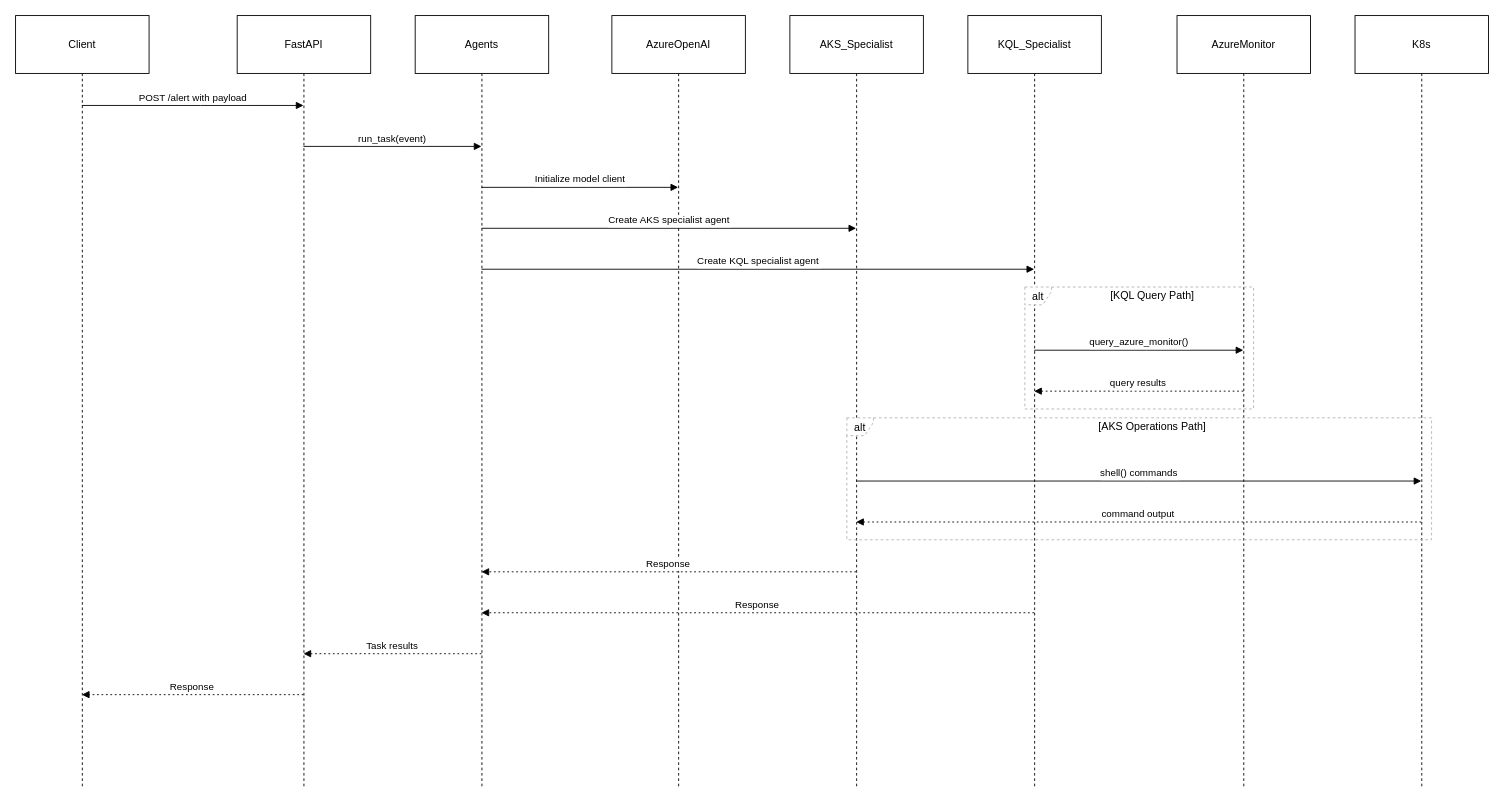
Before: page "mas_sequence_diagram" (2 of 2) of media/architecture.drawio in deividfoggi/agentic-aiops-autogen, a draw.io diagram. Source tidied: cells renumbered, new cells numbered last; positions are measured from the earlier drawing's top-left corner, leaving out a move shared by most shapes. Both pictures are drawn from the tidied source at 89%, with x=0, y=0 at pixel (15, 15).
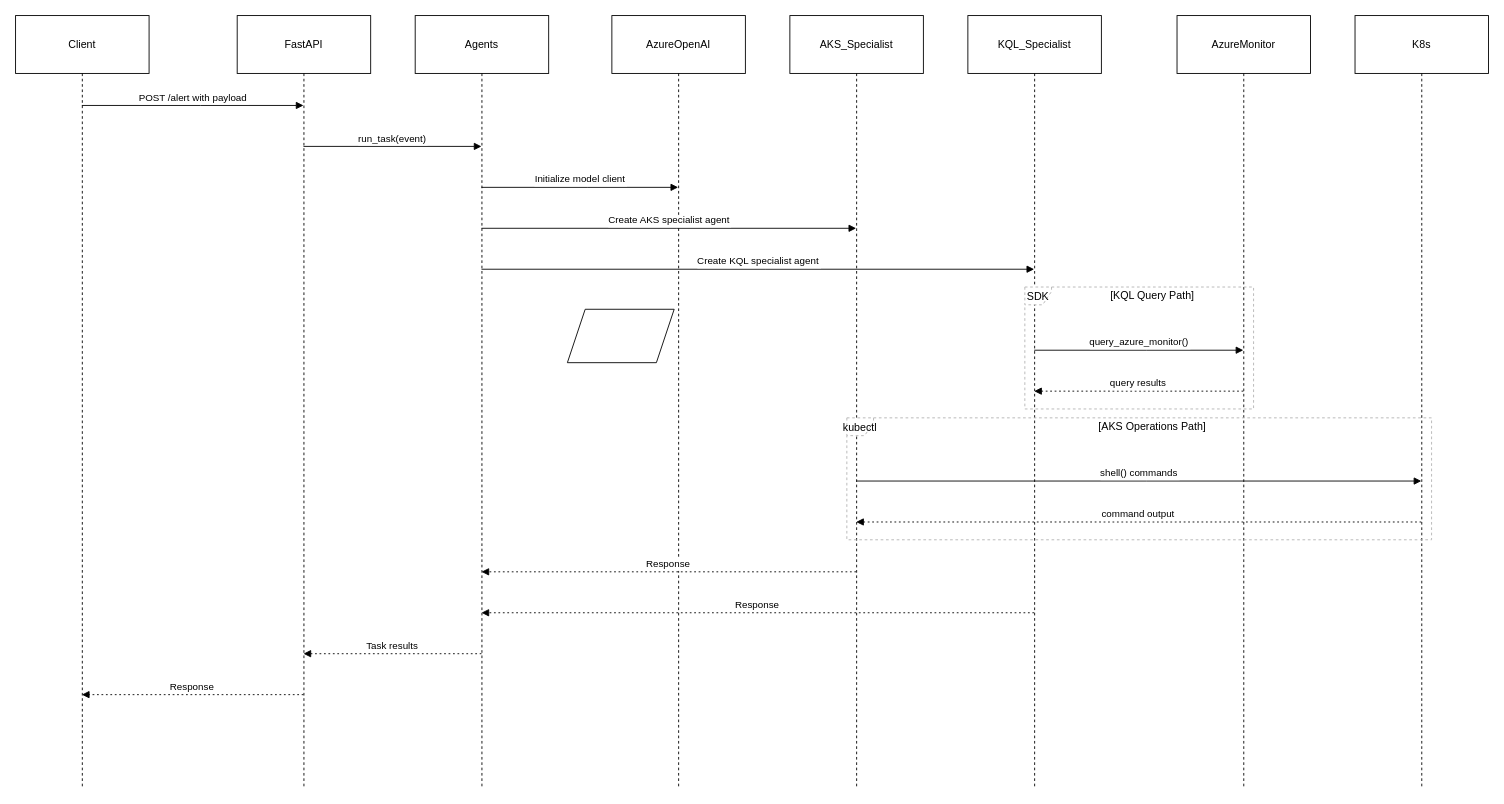
Above is the later version.

Commit message (it also covers changes not shown here):
Add .drawio.bkp to .gitignore and ensure .DS_Store is listed

What changed in the source:
```diff
@@
-    <mxCell id="10" value="alt" style="shape=umlFrame;dashed=1;strokeColor=#B3B3B3;height=20;width=30;" parent="1" vertex="1">
+    <mxCell id="10" value="SDK" style="shape=umlFrame;dashed=1;strokeColor=#B3B3B3;height=20;width=30;" parent="1" vertex="1">
       <mxGeometry x="1134" y="305" width="257" height="137" as="geometry" />
     </mxCell>
@@
-    <mxCell id="12" value="alt" style="shape=umlFrame;dashed=1;strokeColor=#B3B3B3;height=20;width=30;" parent="1" vertex="1">
+    <mxCell id="12" value="kubectl" style="shape=umlFrame;dashed=1;strokeColor=#B3B3B3;height=20;width=30;" parent="1" vertex="1">
       <mxGeometry x="934" y="452" width="657" height="137" as="geometry" />
     </mxCell>
@@
+    <mxCell id="27" style="shape=parallelogram;perimeter=parallelogramPerimeter;whiteSpace=wrap;html=1;fixedSize=1;" parent="1" vertex="1">
+      <mxGeometry x="620" y="330" width="120" height="60" as="geometry" />
+    </mxCell>
```
